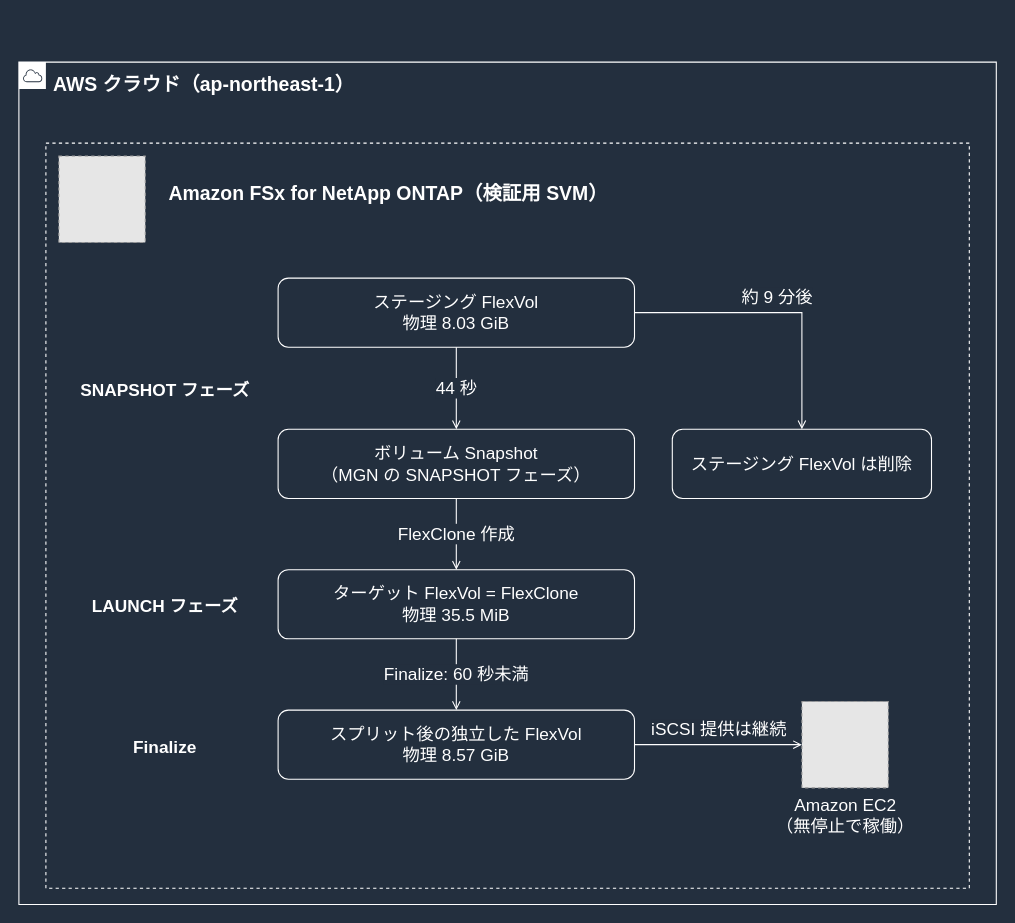
This is docs/_assets/diagrams/atx-fsxn-finalize-flexclone-dark.drawio from Yoshiki0705/vmware-migration-ec2-ontap, a draw.io file, before an edit. Source tidied: cells renumbered, new cells numbered last; positions are measured from the earlier drawing's top-left corner, leaving out a move shared by most shapes. Both pictures are drawn from the tidied source at 108%, with x=0, y=0 at pixel (18, 62). Pictures stored in the file or linked from it are replaced by grey dashed boxes.
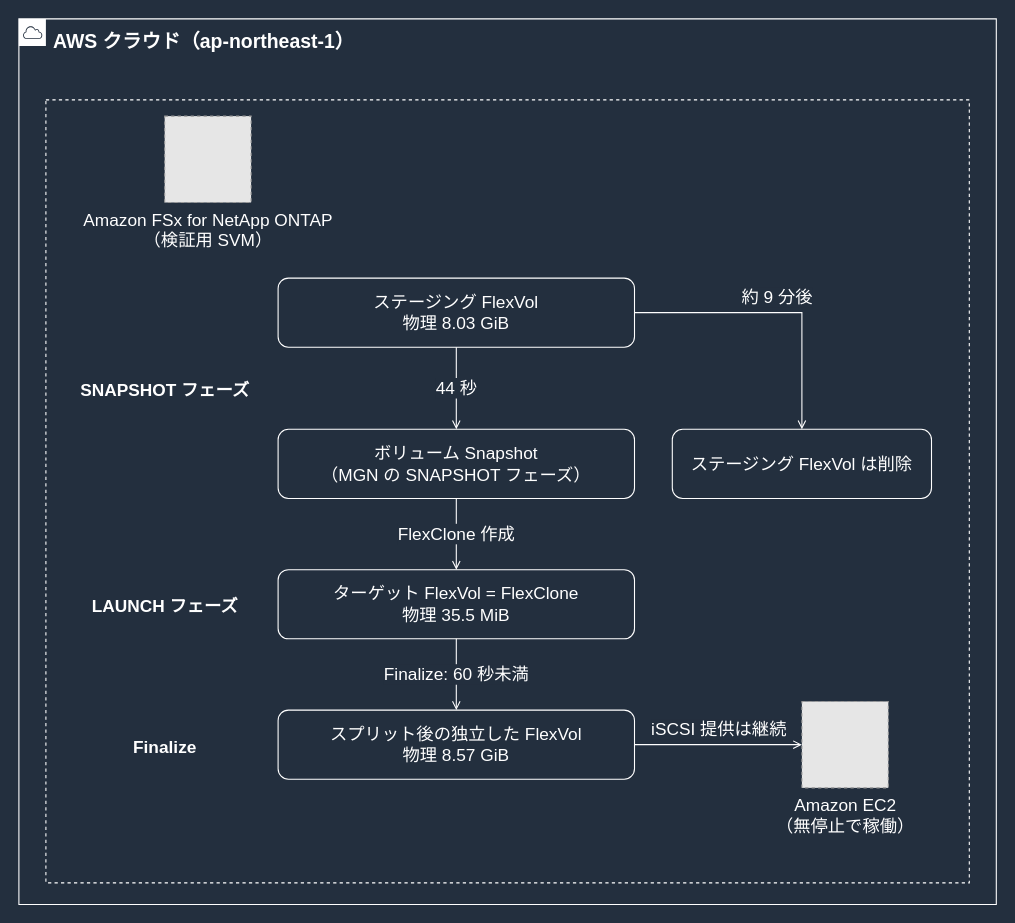
The same diagram, later.

Diff of the diagram source:
```diff
@@
     <mxCell id="2" value="AWS クラウド（ap-northeast-1）" style="gradientColor=none;html=1;whiteSpace=wrap;fontSize=18;fontStyle=1;fontColor=#FFFFFF;shape=mxgraph.aws4.group;grIcon=mxgraph.aws4.group_aws_cloud;strokeColor=#FFFFFF;fillColor=none;verticalAlign=top;align=left;spacingLeft=30;spacingTop=4;dashed=0;" parent="1" vertex="1">
-      <mxGeometry width="905" height="780" as="geometry" />
+      <mxGeometry y="-40" width="905" height="820" as="geometry" />
     </mxCell>
-    <mxCell id="3" value="Amazon FSx for NetApp ONTAP（検証用 SVM）" style="gradientColor=none;html=1;whiteSpace=wrap;fontSize=18;fontStyle=1;fontColor=#FFFFFF;shape=mxgraph.aws4.group;strokeColor=#FFFFFF;fillColor=none;verticalAlign=top;align=left;spacingLeft=112;spacingTop=30;dashed=1;" parent="1" vertex="1">
-      <mxGeometry x="25" y="75" width="855" height="690" as="geometry" />
+    <mxCell id="3" style="gradientColor=none;html=1;whiteSpace=wrap;fontSize=18;fontStyle=1;fontColor=#FFFFFF;shape=mxgraph.aws4.group;strokeColor=#FFFFFF;fillColor=none;verticalAlign=top;align=left;spacingLeft=30;spacingTop=4;dashed=1;" parent="1" vertex="1">
+      <mxGeometry x="25" y="35" width="855" height="725" as="geometry" />
     </mxCell>
@@
-    <mxCell id="12" style="fillColor=#E6E6E6;strokeColor=#999999;dashed=1;html=1;verticalLabelPosition=bottom;verticalAlign=top;labelPosition=center;align=center;fontSize=16;fontColor=#FFFFFF;" parent="1" vertex="1">
-      <mxGeometry x="37" y="87" width="80" height="80" as="geometry" />
+    <mxCell id="12" value="Amazon FSx for NetApp ONTAP&#10;（検証用 SVM）" style="fillColor=#E6E6E6;strokeColor=#999999;dashed=1;html=1;verticalLabelPosition=bottom;verticalAlign=top;labelPosition=center;align=center;fontSize=16;fontColor=#FFFFFF;" parent="1" vertex="1">
+      <mxGeometry x="135" y="50" width="80" height="80" as="geometry" />
     </mxCell>
```
